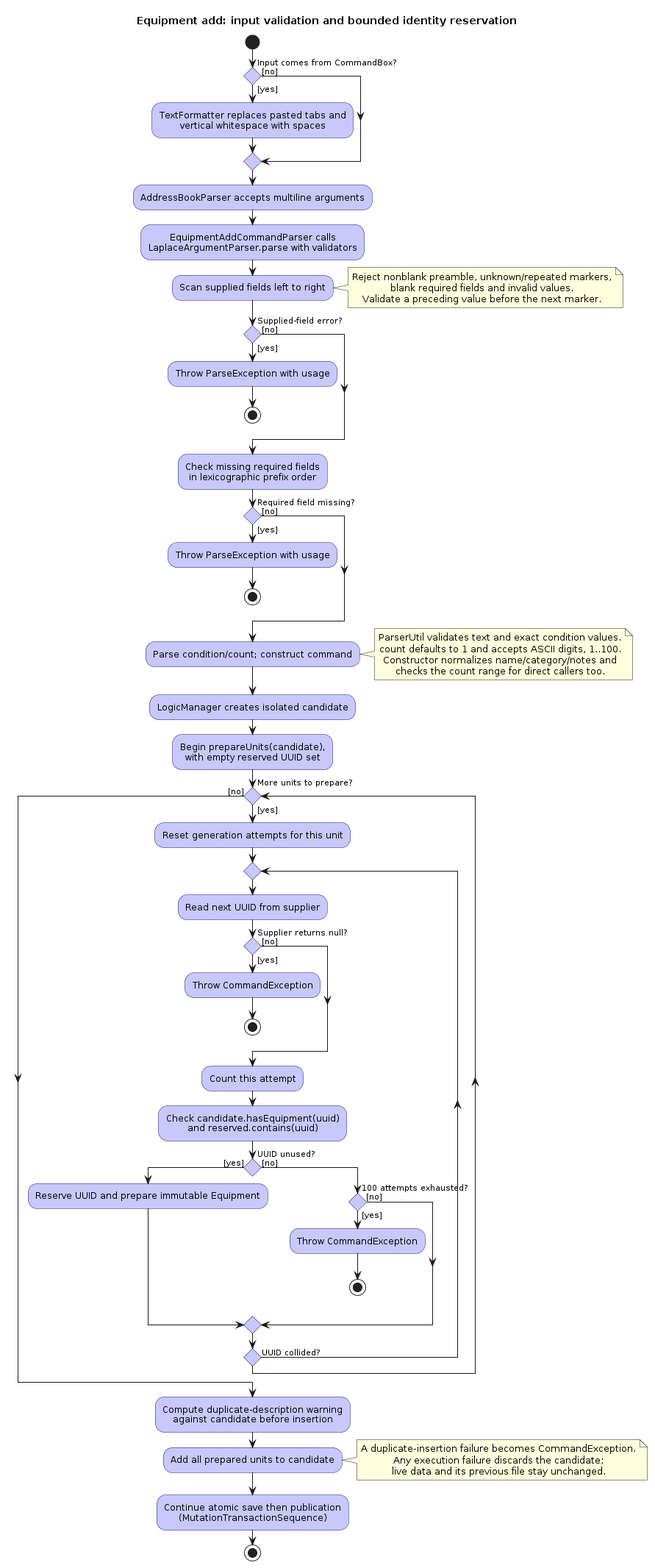
The PlantUML diagram diagrams/MvpValidationActivity.png in AY2627S1-CS2103T-F15-2/tp, before a commit. Its source is kept beside it as diagrams/MvpValidationActivity.puml. The source it was exported from:
```plantuml
@startuml
!include style.puml
skinparam activityBackgroundColor LOGIC_COLOR_T1
skinparam activityBorderColor LOGIC_COLOR_T4
skinparam ArrowFontStyle plain
skinparam conditionStyle diamond
title Equipment add: input validation and bounded identity reservation

start
if (Input comes from CommandBox?) then ([yes])
  :TextFormatter replaces pasted tabs and
  vertical whitespace with spaces;
else ([no])
endif
:AddressBookParser accepts multiline arguments;
:EquipmentAddCommandParser calls
LaplaceArgumentParser.parse with validators;
:Scan supplied fields left to right;
note right
  Reject nonblank preamble, unknown/repeated markers,
  blank required fields and invalid values.
  Validate a preceding value before the next marker.
end note
if (Supplied-field error?) then ([yes])
  :Throw ParseException with usage;
  stop
else ([no])
endif
:Check missing required fields
in lexicographic prefix order;
if (Required field missing?) then ([yes])
  :Throw ParseException with usage;
  stop
else ([no])
endif
:Parse condition/count; construct command;
note right
  ParserUtil validates text and exact condition values.
  count defaults to 1 and accepts ASCII digits, 1..100.
  Constructor normalizes name/category/notes and
  checks the count range for direct callers too.
end note
:LogicManager creates isolated candidate;
:Begin prepareUnits(candidate),
with empty reserved UUID set;
while (More units to prepare?) is ([yes])
  :Reset generation attempts for this unit;
  repeat
    :Read next UUID from supplier;
    if (Supplier returns null?) then ([yes])
      :Throw CommandException;
      stop
    else ([no])
    endif
    :Count this attempt;
    :Check candidate.hasEquipment(uuid)
    and reserved.contains(uuid);
    if (UUID unused?) then ([yes])
      :Reserve UUID and prepare immutable Equipment;
    else ([no])
      if (100 attempts exhausted?) then ([yes])
        :Throw CommandException;
        stop
      else ([no])
      endif
    endif
  repeat while (UUID collided?) is ([yes]) not ([no])
endwhile ([no])
:Compute duplicate-description warning
against candidate before insertion;
:Add all prepared units to candidate;
note right
  A duplicate-insertion failure becomes CommandException.
  Any execution failure discards the candidate;
  live data and its previous file stay unchanged.
end note
:Continue atomic save then publication
(MutationTransactionSequence);
stop
@enduml
```
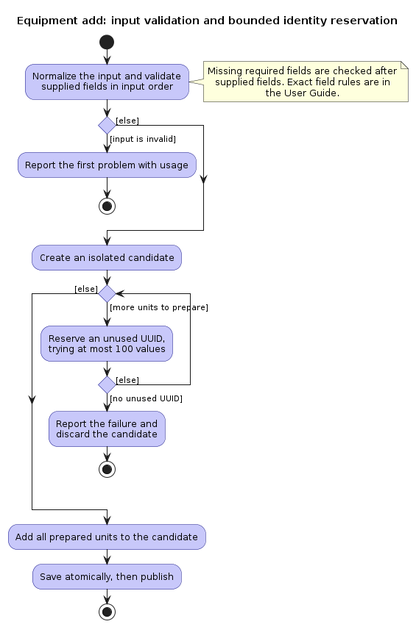
The same diagram one commit later.

Diff of the diagram source:
```diff
@@ -3,78 +3,33 @@
 skinparam activityBackgroundColor LOGIC_COLOR_T1
 skinparam activityBorderColor LOGIC_COLOR_T4
 skinparam ArrowFontStyle plain
-skinparam conditionStyle diamond
 title Equipment add: input validation and bounded identity reservation
 
 start
-if (Input comes from CommandBox?) then ([yes])
-  :TextFormatter replaces pasted tabs and
-  vertical whitespace with spaces;
-else ([no])
+:Normalize the input and validate
+supplied fields in input order;
+note right
+  Missing required fields are checked after
+  supplied fields. Exact field rules are in
+  the User Guide.
+end note
+if () then ([input is invalid])
+  :Report the first problem with usage;
+  stop
+else ([else])
 endif
-:AddressBookParser accepts multiline arguments;
-:EquipmentAddCommandParser calls
-LaplaceArgumentParser.parse with validators;
-:Scan supplied fields left to right;
-note right
-  Reject nonblank preamble, unknown/repeated markers,
-  blank required fields and invalid values.
-  Validate a preceding value before the next marker.
-end note
-if (Supplied-field error?) then ([yes])
-  :Throw ParseException with usage;
-  stop
-else ([no])
-endif
-:Check missing required fields
-in lexicographic prefix order;
-if (Required field missing?) then ([yes])
-  :Throw ParseException with usage;
-  stop
-else ([no])
-endif
-:Parse condition/count; construct command;
-note right
-  ParserUtil validates text and exact condition values.
-  count defaults to 1 and accepts ASCII digits, 1..100.
-  Constructor normalizes name/category/notes and
-  checks the count range for direct callers too.
-end note
-:LogicManager creates isolated candidate;
-:Begin prepareUnits(candidate),
-with empty reserved UUID set;
-while (More units to prepare?) is ([yes])
-  :Reset generation attempts for this unit;
-  repeat
-    :Read next UUID from supplier;
-    if (Supplier returns null?) then ([yes])
-      :Throw CommandException;
-      stop
-    else ([no])
-    endif
-    :Count this attempt;
-    :Check candidate.hasEquipment(uuid)
-    and reserved.contains(uuid);
-    if (UUID unused?) then ([yes])
-      :Reserve UUID and prepare immutable Equipment;
-    else ([no])
-      if (100 attempts exhausted?) then ([yes])
-        :Throw CommandException;
-        stop
-      else ([no])
-      endif
-    endif
-  repeat while (UUID collided?) is ([yes]) not ([no])
-endwhile ([no])
-:Compute duplicate-description warning
-against candidate before insertion;
-:Add all prepared units to candidate;
-note right
-  A duplicate-insertion failure becomes CommandException.
-  Any execution failure discards the candidate;
-  live data and its previous file stay unchanged.
-end note
-:Continue atomic save then publication
-(MutationTransactionSequence);
+:Create an isolated candidate;
+while () is ([more units to prepare])
+  :Reserve an unused UUID,
+  trying at most 100 values;
+  if () then ([no unused UUID])
+    :Report the failure and
+    discard the candidate;
+    stop
+  else ([else])
+  endif
+endwhile ([else])
+:Add all prepared units to the candidate;
+:Save atomically, then publish;
 stop
 @enduml
```
